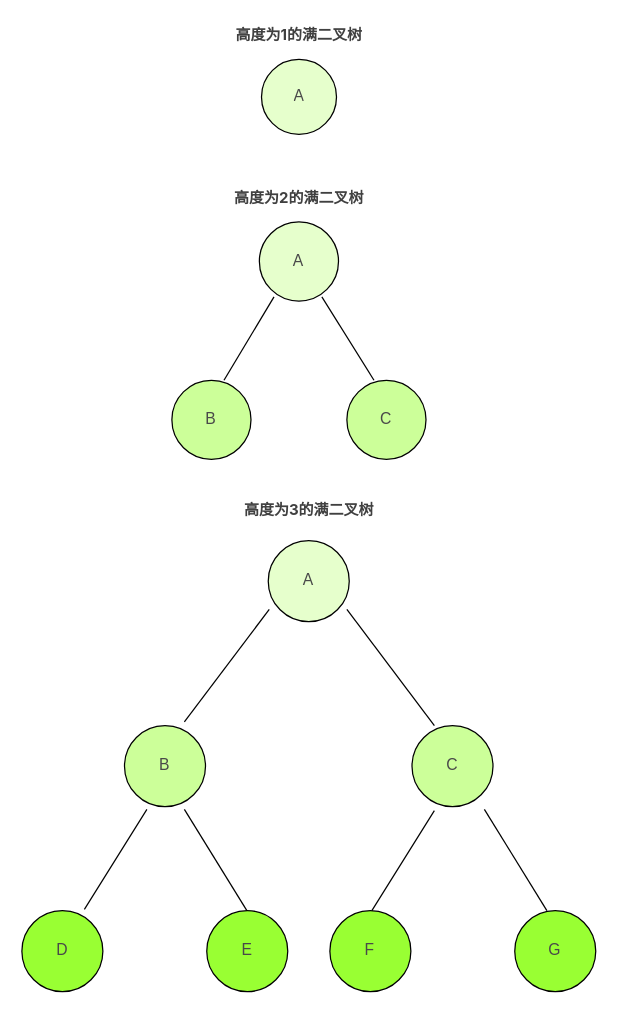
Above: algorithm_diagram/满二叉树.drawio in abigalexy/online_drawing (draw.io), before the change. Source tidied: cells renumbered, new cells numbered last; positions are measured from the earlier drawing's top-left corner, leaving out a move shared by most shapes. Both pictures are drawn from the tidied source at 125%, with x=0, y=0 at pixel (21, 21).
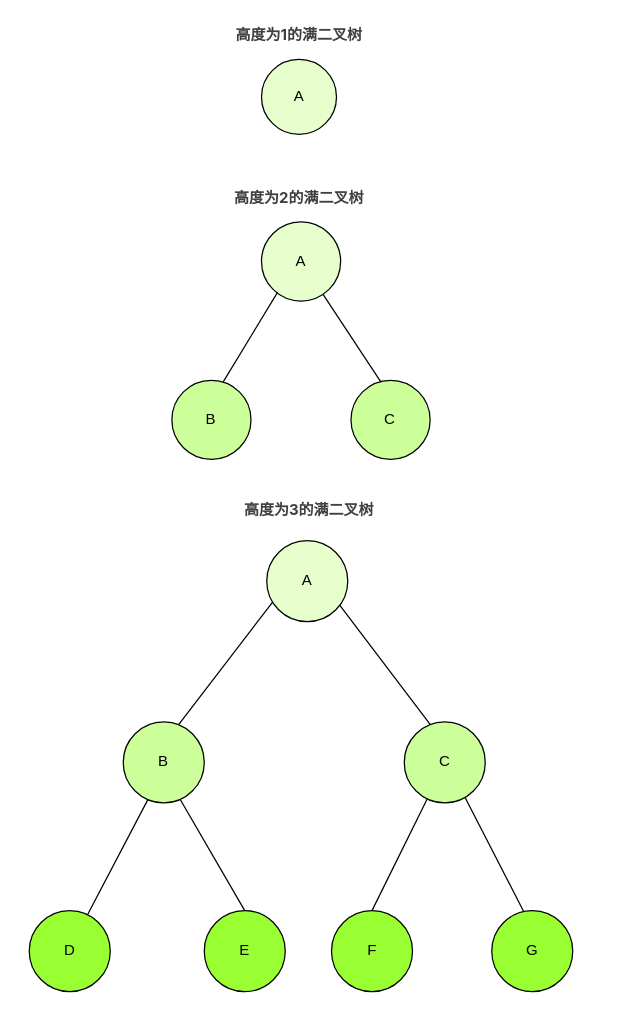
Above is the later version.

Commit message:
更新满二叉树.drawio

The edit, as a diff of the source:
```diff
@@
-    <mxCell id="6" style="group;" parent="1" vertex="1">
-      <mxGeometry x="191.7" y="30" width="60" height="60" as="geometry" />
-    </mxCell>
-    <mxCell id="7" style="group;" parent="6" vertex="1">
-      <mxGeometry width="60" height="60" as="geometry" />
+    <mxCell id="7" style="group;" parent="1" vertex="1">
+      <mxGeometry x="191.7" y="30" width="60" height="60" as="geometry" />
     </mxCell>
-    <mxCell id="8" style="ellipse;whiteSpace=wrap;html=1;fillColor=#E6FFCC;" parent="7" vertex="1">
+    <mxCell id="8" value="A" style="ellipse;whiteSpace=wrap;html=1;fillColor=#E6FFCC;" parent="7" vertex="1">
       <mxGeometry width="60" height="60" as="geometry" />
     </mxCell>
-    <mxCell id="9" value="&lt;pre style=&quot;font-family: var(--ds-font-family-code); overflow: auto; padding: calc(var(--ds-md-zoom)*8px)calc(var(--ds-md-zoom)*12px); text-wrap: wrap; word-break: break-all; color: rgb(73, 73, 73); font-size: 12.573px; text-align: start; margin-top: 0px !important; margin-bottom: 0px !important;&quot;&gt;&lt;pre style=&quot;font-family: var(--ds-font-family-code); overflow: auto; padding: calc(var(--ds-md-zoom)*8px)calc(var(--ds-md-zoom)*12px); text-wrap: wrap; word-break: break-all; margin-top: 0px !important; margin-bottom: 0px !important;&quot;&gt;A&lt;/pre&gt;&lt;/pre&gt;" style="text;strokeColor=none;align=center;fillColor=none;html=1;verticalAlign=middle;whiteSpace=wrap;rounded=0;" parent="7" vertex="1">
-      <mxGeometry x="15" y="17.5" width="30" height="25" as="geometry" />
-    </mxCell>
-    <mxCell id="10" style="group;" parent="1" vertex="1">
-      <mxGeometry x="120" y="160" width="210" height="190" as="geometry" />
-    </mxCell>
+    <mxCell id="54" style="group;" parent="1" vertex="1">
+      <mxGeometry x="120" y="160" width="206.7" height="190" as="geometry" />
+    </mxCell>
-    <mxCell id="11" style="group;" parent="10" vertex="1">
-      <mxGeometry x="70" width="70" height="63.3" as="geometry" />
+    <mxCell id="11" style="group;" parent="54" vertex="1">
+      <mxGeometry x="71.7" width="70" height="63.3" as="geometry" />
     </mxCell>
-    <mxCell id="12" style="group;" parent="11" vertex="1">
-      <mxGeometry width="70" height="63.3" as="geometry" />
-    </mxCell>
-    <mxCell id="13" style="group;" parent="12" vertex="1">
+    <mxCell id="13" style="group;" parent="11" vertex="1">
       <mxGeometry width="63.3" height="63.3" as="geometry" />
     </mxCell>
-    <mxCell id="14" style="ellipse;whiteSpace=wrap;html=1;fillColor=#E6FFCC;" parent="13" vertex="1">
+    <mxCell id="14" value="A" style="ellipse;whiteSpace=wrap;html=1;fillColor=#E6FFCC;" parent="13" vertex="1">
       <mxGeometry width="63.3" height="63.3" as="geometry" />
     </mxCell>
-    <mxCell id="15" value="&lt;pre style=&quot;font-family: var(--ds-font-family-code); overflow: auto; padding: calc(var(--ds-md-zoom)*8px)calc(var(--ds-md-zoom)*12px); text-wrap: wrap; word-break: break-all; color: rgb(73, 73, 73); font-size: 12.573px; text-align: start; margin-top: 0px !important; margin-bottom: 0px !important;&quot;&gt;&lt;pre style=&quot;font-family: var(--ds-font-family-code); overflow: auto; padding: calc(var(--ds-md-zoom)*8px)calc(var(--ds-md-zoom)*12px); text-wrap: wrap; word-break: break-all; margin-top: 0px !important; margin-bottom: 0px !important;&quot;&gt;A&lt;/pre&gt;&lt;/pre&gt;" style="text;strokeColor=none;align=center;fillColor=none;html=1;verticalAlign=middle;whiteSpace=wrap;rounded=0;" parent="13" vertex="1">
-      <mxGeometry x="14.2" y="15.8" width="35" height="31.7" as="geometry" />
-    </mxCell>
-    <mxCell id="16" style="group;" parent="10" vertex="1">
-      <mxGeometry y="126.7" width="70" height="63.3" as="geometry" />
-    </mxCell>
-    <mxCell id="17" style="group;" parent="16" vertex="1">
-      <mxGeometry width="63.3" height="63.3" as="geometry" />
+    <mxCell id="17" style="group;" parent="54" vertex="1">
+      <mxGeometry y="126.7" width="63.3" height="63.3" as="geometry" />
     </mxCell>
-    <mxCell id="18" style="ellipse;whiteSpace=wrap;html=1;fillColor=#CCFF99;" parent="17" vertex="1">
+    <mxCell id="18" value="B" style="ellipse;whiteSpace=wrap;html=1;fillColor=#CCFF99;" parent="17" vertex="1">
       <mxGeometry width="63.3" height="63.3" as="geometry" />
     </mxCell>
-    <mxCell id="19" value="&lt;pre style=&quot;font-family: var(--ds-font-family-code); overflow: auto; padding: calc(var(--ds-md-zoom)*8px)calc(var(--ds-md-zoom)*12px); text-wrap: wrap; word-break: break-all; color: rgb(73, 73, 73); font-size: 12.573px; text-align: start; margin-top: 0px !important; margin-bottom: 0px !important;&quot;&gt;B&lt;/pre&gt;" style="text;strokeColor=none;align=center;fillColor=none;html=1;verticalAlign=middle;whiteSpace=wrap;rounded=0;" parent="17" vertex="1">
-      <mxGeometry x="14.2" y="15.8" width="35" height="31.7" as="geometry" />
-    </mxCell>
-    <mxCell id="20" style="group;" parent="10" vertex="1">
-      <mxGeometry x="140" y="126.7" width="70" height="63.3" as="geometry" />
-    </mxCell>
-    <mxCell id="21" style="group;" parent="20" vertex="1">
-      <mxGeometry width="63.3" height="63.3" as="geometry" />
+    <mxCell id="21" style="group;" parent="54" vertex="1">
+      <mxGeometry x="143.3" y="126.7" width="63.3" height="63.3" as="geometry" />
     </mxCell>
-    <mxCell id="22" style="ellipse;whiteSpace=wrap;html=1;fillColor=#CCFF99;" parent="21" vertex="1">
+    <mxCell id="22" value="C" style="ellipse;whiteSpace=wrap;html=1;fillColor=#CCFF99;" parent="21" vertex="1">
       <mxGeometry width="63.3" height="63.3" as="geometry" />
     </mxCell>
-    <mxCell id="23" value="&lt;pre style=&quot;font-family: var(--ds-font-family-code); overflow: auto; padding: calc(var(--ds-md-zoom)*8px)calc(var(--ds-md-zoom)*12px); text-wrap: wrap; word-break: break-all; color: rgb(73, 73, 73); font-size: 12.573px; text-align: start; margin-top: 0px !important; margin-bottom: 0px !important;&quot;&gt;C&lt;/pre&gt;" style="text;strokeColor=none;align=center;fillColor=none;html=1;verticalAlign=middle;whiteSpace=wrap;rounded=0;" parent="21" vertex="1">
-      <mxGeometry x="14.2" y="15.8" width="35" height="31.7" as="geometry" />
-    </mxCell>
-    <mxCell id="24" style="endArrow=none;html=1;rounded=0;" parent="10" edge="1">
-      <mxGeometry relative="1" as="geometry">
-        <mxPoint x="41.7" y="126.7" as="sourcePoint" />
-        <mxPoint x="81.7" y="60" as="targetPoint" />
-      </mxGeometry>
+    <mxCell id="24" style="endArrow=none;html=1;rounded=0;entryX=0.201;entryY=0.894;entryDx=0;entryDy=0;entryPerimeter=0;exitX=0.649;exitY=0.02;exitDx=0;exitDy=0;exitPerimeter=0;" parent="54" edge="1" source="18" target="14">
+      <mxGeometry relative="1" as="geometry" />
     </mxCell>
-    <mxCell id="25" style="endArrow=none;html=1;rounded=0;" parent="10" edge="1">
-      <mxGeometry relative="1" as="geometry">
-        <mxPoint x="161.7" y="126.7" as="sourcePoint" />
-        <mxPoint x="120" y="60" as="targetPoint" />
-      </mxGeometry>
+    <mxCell id="25" style="endArrow=none;html=1;rounded=0;entryX=0.776;entryY=0.914;entryDx=0;entryDy=0;entryPerimeter=0;exitX=0.381;exitY=0.028;exitDx=0;exitDy=0;exitPerimeter=0;" parent="54" edge="1" source="22" target="14">
+      <mxGeometry relative="1" as="geometry" />
     </mxCell>
-    <mxCell id="26" style="group;" parent="1" vertex="1">
-      <mxGeometry y="415" width="459.1" height="360.8" as="geometry" />
-    </mxCell>
+    <mxCell id="55" style="group;" parent="1" vertex="1">
+      <mxGeometry x="5.9" y="415" width="434.8" height="360.8" as="geometry" />
+    </mxCell>
-    <mxCell id="27" style="endArrow=none;html=1;rounded=0;" parent="26" edge="1">
-      <mxGeometry relative="1" as="geometry">
-        <mxPoint x="130" y="145" as="sourcePoint" />
-        <mxPoint x="197.9" y="55" as="targetPoint" />
-      </mxGeometry>
+    <mxCell id="27" style="endArrow=none;html=1;rounded=0;entryX=0.075;entryY=0.755;entryDx=0;entryDy=0;entryPerimeter=0;exitX=0.684;exitY=0.034;exitDx=0;exitDy=0;exitPerimeter=0;" parent="55" edge="1" source="37" target="34">
+      <mxGeometry relative="1" as="geometry" />
     </mxCell>
-    <mxCell id="28" style="endArrow=none;html=1;rounded=0;" parent="26" edge="1">
-      <mxGeometry relative="1" as="geometry">
-        <mxPoint x="330" y="148" as="sourcePoint" />
-        <mxPoint x="260" y="55" as="targetPoint" />
-      </mxGeometry>
+    <mxCell id="28" style="endArrow=none;html=1;rounded=0;entryX=0.891;entryY=0.783;entryDx=0;entryDy=0;entryPerimeter=0;exitX=0.324;exitY=0.036;exitDx=0;exitDy=0;exitPerimeter=0;" parent="55" edge="1" source="40" target="34">
+      <mxGeometry relative="1" as="geometry" />
     </mxCell>
-    <mxCell id="29" style="endArrow=none;html=1;rounded=0;" parent="26" edge="1">
-      <mxGeometry relative="1" as="geometry">
-        <mxPoint x="50" y="295" as="sourcePoint" />
-        <mxPoint x="100" y="215" as="targetPoint" />
-      </mxGeometry>
+    <mxCell id="29" style="endArrow=none;html=1;rounded=0;entryX=0.304;entryY=0.96;entryDx=0;entryDy=0;entryPerimeter=0;exitX=0.721;exitY=0.047;exitDx=0;exitDy=0;exitPerimeter=0;" parent="55" edge="1" source="43" target="37">
+      <mxGeometry relative="1" as="geometry" />
     </mxCell>
-    <mxCell id="30" style="endArrow=none;html=1;rounded=0;" parent="26" edge="1">
-      <mxGeometry relative="1" as="geometry">
-        <mxPoint x="280" y="296" as="sourcePoint" />
-        <mxPoint x="330" y="216" as="targetPoint" />
-      </mxGeometry>
+    <mxCell id="30" style="endArrow=none;html=1;rounded=0;entryX=0.286;entryY=0.946;entryDx=0;entryDy=0;entryPerimeter=0;exitX=0.5;exitY=0;exitDx=0;exitDy=0;" parent="55" edge="1" source="49" target="40">
+      <mxGeometry relative="1" as="geometry" />
     </mxCell>
-    <mxCell id="31" style="endArrow=none;html=1;rounded=0;" parent="26" edge="1">
-      <mxGeometry relative="1" as="geometry">
-        <mxPoint x="420" y="296" as="sourcePoint" />
-        <mxPoint x="370" y="215" as="targetPoint" />
-      </mxGeometry>
+    <mxCell id="31" style="endArrow=none;html=1;rounded=0;entryX=0.743;entryY=0.918;entryDx=0;entryDy=0;entryPerimeter=0;exitX=0.394;exitY=0.01;exitDx=0;exitDy=0;exitPerimeter=0;" parent="55" edge="1" source="52" target="40">
+      <mxGeometry relative="1" as="geometry" />
     </mxCell>
-    <mxCell id="32" style="endArrow=none;html=1;rounded=0;" parent="26" edge="1">
-      <mxGeometry relative="1" as="geometry">
-        <mxPoint x="180" y="296" as="sourcePoint" />
-        <mxPoint x="130" y="215" as="targetPoint" />
-      </mxGeometry>
+    <mxCell id="32" style="endArrow=none;html=1;rounded=0;entryX=0.7;entryY=0.952;entryDx=0;entryDy=0;entryPerimeter=0;exitX=0.5;exitY=0;exitDx=0;exitDy=0;" parent="55" edge="1" source="46" target="37">
+      <mxGeometry relative="1" as="geometry" />
     </mxCell>
-    <mxCell id="33" style="group;" parent="26" vertex="1">
-      <mxGeometry x="197.1" width="64.8" height="64.8" as="geometry" />
-    </mxCell>
-    <mxCell id="34" style="ellipse;whiteSpace=wrap;html=1;fillColor=#E6FFCC;" parent="33" vertex="1">
-      <mxGeometry width="64.8" height="64.8" as="geometry" />
+    <mxCell id="34" value="A" style="ellipse;whiteSpace=wrap;html=1;fillColor=#E6FFCC;" parent="55" vertex="1">
+      <mxGeometry x="190" width="64.8" height="64.8" as="geometry" />
     </mxCell>
-    <mxCell id="35" value="&lt;pre style=&quot;font-family: var(--ds-font-family-code); overflow: auto; padding: calc(var(--ds-md-zoom)*8px)calc(var(--ds-md-zoom)*12px); text-wrap: wrap; word-break: break-all; color: rgb(73, 73, 73); font-size: 12.573px; text-align: start; margin-top: 0px !important; margin-bottom: 0px !important;&quot;&gt;&lt;pre style=&quot;font-family: var(--ds-font-family-code); overflow: auto; padding: calc(var(--ds-md-zoom)*8px)calc(var(--ds-md-zoom)*12px); text-wrap: wrap; word-break: break-all; margin-top: 0px !important; margin-bottom: 0px !important;&quot;&gt;A&lt;/pre&gt;&lt;/pre&gt;" style="text;strokeColor=none;align=center;fillColor=none;html=1;verticalAlign=middle;whiteSpace=wrap;rounded=0;" parent="33" vertex="1">
-      <mxGeometry x="16" y="14.7" width="32.9" height="35.5" as="geometry" />
-    </mxCell>
-    <mxCell id="36" style="group;" parent="26" vertex="1">
-      <mxGeometry x="82.1" y="148" width="64.8" height="64.8" as="geometry" />
-    </mxCell>
-    <mxCell id="37" style="ellipse;whiteSpace=wrap;html=1;fillColor=#CCFF99;" parent="36" vertex="1">
-      <mxGeometry width="64.8" height="64.8" as="geometry" />
+    <mxCell id="37" value="B" style="ellipse;whiteSpace=wrap;html=1;fillColor=#CCFF99;" parent="55" vertex="1">
+      <mxGeometry x="75.2" y="145" width="64.8" height="64.8" as="geometry" />
     </mxCell>
-    <mxCell id="38" value="&lt;pre style=&quot;font-family: var(--ds-font-family-code); overflow: auto; padding: calc(var(--ds-md-zoom)*8px)calc(var(--ds-md-zoom)*12px); text-wrap: wrap; word-break: break-all; color: rgb(73, 73, 73); font-size: 12.573px; text-align: start; margin-top: 0px !important; margin-bottom: 0px !important;&quot;&gt;&lt;pre style=&quot;font-family: var(--ds-font-family-code); overflow: auto; padding: calc(var(--ds-md-zoom)*8px)calc(var(--ds-md-zoom)*12px); text-wrap: wrap; word-break: break-all; margin-top: 0px !important; margin-bottom: 0px !important;&quot;&gt;B&lt;/pre&gt;&lt;/pre&gt;" style="text;strokeColor=none;align=center;fillColor=none;html=1;verticalAlign=middle;whiteSpace=wrap;rounded=0;" parent="36" vertex="1">
-      <mxGeometry x="16" y="13.9" width="32.9" height="37" as="geometry" />
-    </mxCell>
-    <mxCell id="39" style="group;" parent="26" vertex="1">
-      <mxGeometry x="312.1" y="148" width="64.8" height="64.8" as="geometry" />
-    </mxCell>
-    <mxCell id="40" style="ellipse;whiteSpace=wrap;html=1;fillColor=#CCFF99;" parent="39" vertex="1">
-      <mxGeometry width="64.8" height="64.8" as="geometry" />
+    <mxCell id="40" value="C" style="ellipse;whiteSpace=wrap;html=1;fillColor=#CCFF99;" parent="55" vertex="1">
+      <mxGeometry x="300" y="145" width="64.8" height="64.8" as="geometry" />
     </mxCell>
-    <mxCell id="41" value="&lt;pre style=&quot;font-family: var(--ds-font-family-code); overflow: auto; padding: calc(var(--ds-md-zoom)*8px)calc(var(--ds-md-zoom)*12px); text-wrap: wrap; word-break: break-all; color: rgb(73, 73, 73); font-size: 12.573px; text-align: start; margin-top: 0px !important; margin-bottom: 0px !important;&quot;&gt;&lt;pre style=&quot;font-family: var(--ds-font-family-code); overflow: auto; padding: calc(var(--ds-md-zoom)*8px)calc(var(--ds-md-zoom)*12px); text-wrap: wrap; word-break: break-all; margin-top: 0px !important; margin-bottom: 0px !important;&quot;&gt;C&lt;/pre&gt;&lt;/pre&gt;" style="text;strokeColor=none;align=center;fillColor=none;html=1;verticalAlign=middle;whiteSpace=wrap;rounded=0;" parent="39" vertex="1">
-      <mxGeometry x="16" y="13.9" width="32.9" height="37" as="geometry" />
-    </mxCell>
-    <mxCell id="42" style="group;" parent="26" vertex="1">
-      <mxGeometry y="296" width="64.8" height="64.8" as="geometry" />
-    </mxCell>
-    <mxCell id="43" style="ellipse;whiteSpace=wrap;html=1;fillColor=#99FF33;" parent="42" vertex="1">
-      <mxGeometry width="64.8" height="64.8" as="geometry" />
+    <mxCell id="43" value="D" style="ellipse;whiteSpace=wrap;html=1;fillColor=#99FF33;" parent="55" vertex="1">
+      <mxGeometry y="296" width="64.8" height="64.8" as="geometry" />
     </mxCell>
-    <mxCell id="44" value="&lt;pre style=&quot;font-family: var(--ds-font-family-code); overflow: auto; padding: calc(var(--ds-md-zoom)*8px)calc(var(--ds-md-zoom)*12px); text-wrap: wrap; word-break: break-all; color: rgb(73, 73, 73); font-size: 12.573px; text-align: start; margin-top: 0px !important; margin-bottom: 0px !important;&quot;&gt;&lt;pre style=&quot;font-family: var(--ds-font-family-code); overflow: auto; padding: calc(var(--ds-md-zoom)*8px)calc(var(--ds-md-zoom)*12px); text-wrap: wrap; word-break: break-all; margin-top: 0px !important; margin-bottom: 0px !important;&quot;&gt;D&lt;/pre&gt;&lt;/pre&gt;" style="text;strokeColor=none;align=center;fillColor=none;html=1;verticalAlign=middle;whiteSpace=wrap;rounded=0;" parent="42" vertex="1">
-      <mxGeometry x="16" y="13.9" width="32.9" height="37" as="geometry" />
-    </mxCell>
-    <mxCell id="45" style="group;" parent="26" vertex="1">
-      <mxGeometry x="147.9" y="296" width="64.8" height="64.8" as="geometry" />
-    </mxCell>
-    <mxCell id="46" style="ellipse;whiteSpace=wrap;html=1;fillColor=#99FF33;" parent="45" vertex="1">
-      <mxGeometry width="64.8" height="64.8" as="geometry" />
+    <mxCell id="46" value="E" style="ellipse;whiteSpace=wrap;html=1;fillColor=#99FF33;" parent="55" vertex="1">
+      <mxGeometry x="140" y="296" width="64.8" height="64.8" as="geometry" />
     </mxCell>
-    <mxCell id="47" value="&lt;pre style=&quot;font-family: var(--ds-font-family-code); overflow: auto; padding: calc(var(--ds-md-zoom)*8px)calc(var(--ds-md-zoom)*12px); text-wrap: wrap; word-break: break-all; color: rgb(73, 73, 73); font-size: 12.573px; text-align: start; margin-top: 0px !important; margin-bottom: 0px !important;&quot;&gt;&lt;pre style=&quot;font-family: var(--ds-font-family-code); overflow: auto; padding: calc(var(--ds-md-zoom)*8px)calc(var(--ds-md-zoom)*12px); text-wrap: wrap; word-break: break-all; margin-top: 0px !important; margin-bottom: 0px !important;&quot;&gt;E&lt;/pre&gt;&lt;/pre&gt;" style="text;strokeColor=none;align=center;fillColor=none;html=1;verticalAlign=middle;whiteSpace=wrap;rounded=0;" parent="45" vertex="1">
-      <mxGeometry x="16" y="13.9" width="32.9" height="37" as="geometry" />
-    </mxCell>
-    <mxCell id="48" style="group;" parent="26" vertex="1">
-      <mxGeometry x="246.4" y="296" width="64.8" height="64.8" as="geometry" />
-    </mxCell>
-    <mxCell id="49" style="ellipse;whiteSpace=wrap;html=1;fillColor=#99FF33;" parent="48" vertex="1">
-      <mxGeometry width="64.8" height="64.8" as="geometry" />
+    <mxCell id="49" value="F" style="ellipse;whiteSpace=wrap;html=1;fillColor=#99FF33;" parent="55" vertex="1">
+      <mxGeometry x="241.8" y="296" width="64.8" height="64.8" as="geometry" />
     </mxCell>
-    <mxCell id="50" value="&lt;pre style=&quot;font-family: var(--ds-font-family-code); overflow: auto; padding: calc(var(--ds-md-zoom)*8px)calc(var(--ds-md-zoom)*12px); text-wrap: wrap; word-break: break-all; color: rgb(73, 73, 73); font-size: 12.573px; text-align: start; margin-top: 0px !important; margin-bottom: 0px !important;&quot;&gt;&lt;pre style=&quot;font-family: var(--ds-font-family-code); overflow: auto; padding: calc(var(--ds-md-zoom)*8px)calc(var(--ds-md-zoom)*12px); text-wrap: wrap; word-break: break-all; margin-top: 0px !important; margin-bottom: 0px !important;&quot;&gt;F&lt;/pre&gt;&lt;/pre&gt;" style="text;strokeColor=none;align=center;fillColor=none;html=1;verticalAlign=middle;whiteSpace=wrap;rounded=0;" parent="48" vertex="1">
-      <mxGeometry x="16" y="13.9" width="32.9" height="37" as="geometry" />
-    </mxCell>
-    <mxCell id="51" style="group;" parent="26" vertex="1">
-      <mxGeometry x="394.3" y="296" width="64.8" height="64.8" as="geometry" />
-    </mxCell>
-    <mxCell id="52" style="ellipse;whiteSpace=wrap;html=1;fillColor=#99FF33;" parent="51" vertex="1">
-      <mxGeometry width="64.8" height="64.8" as="geometry" />
+    <mxCell id="52" value="G" style="ellipse;whiteSpace=wrap;html=1;fillColor=#99FF33;" parent="55" vertex="1">
+      <mxGeometry x="370" y="296" width="64.8" height="64.8" as="geometry" />
     </mxCell>
-    <mxCell id="53" value="&lt;pre style=&quot;font-family: var(--ds-font-family-code); overflow: auto; padding: calc(var(--ds-md-zoom)*8px)calc(var(--ds-md-zoom)*12px); text-wrap: wrap; word-break: break-all; color: rgb(73, 73, 73); font-size: 12.573px; text-align: start; margin-top: 0px !important; margin-bottom: 0px !important;&quot;&gt;&lt;pre style=&quot;font-family: var(--ds-font-family-code); overflow: auto; padding: calc(var(--ds-md-zoom)*8px)calc(var(--ds-md-zoom)*12px); text-wrap: wrap; word-break: break-all; margin-top: 0px !important; margin-bottom: 0px !important;&quot;&gt;G&lt;/pre&gt;&lt;/pre&gt;" style="text;strokeColor=none;align=center;fillColor=none;html=1;verticalAlign=middle;whiteSpace=wrap;rounded=0;" parent="51" vertex="1">
-      <mxGeometry x="16" y="13.9" width="32.9" height="37" as="geometry" />
-    </mxCell>
```
